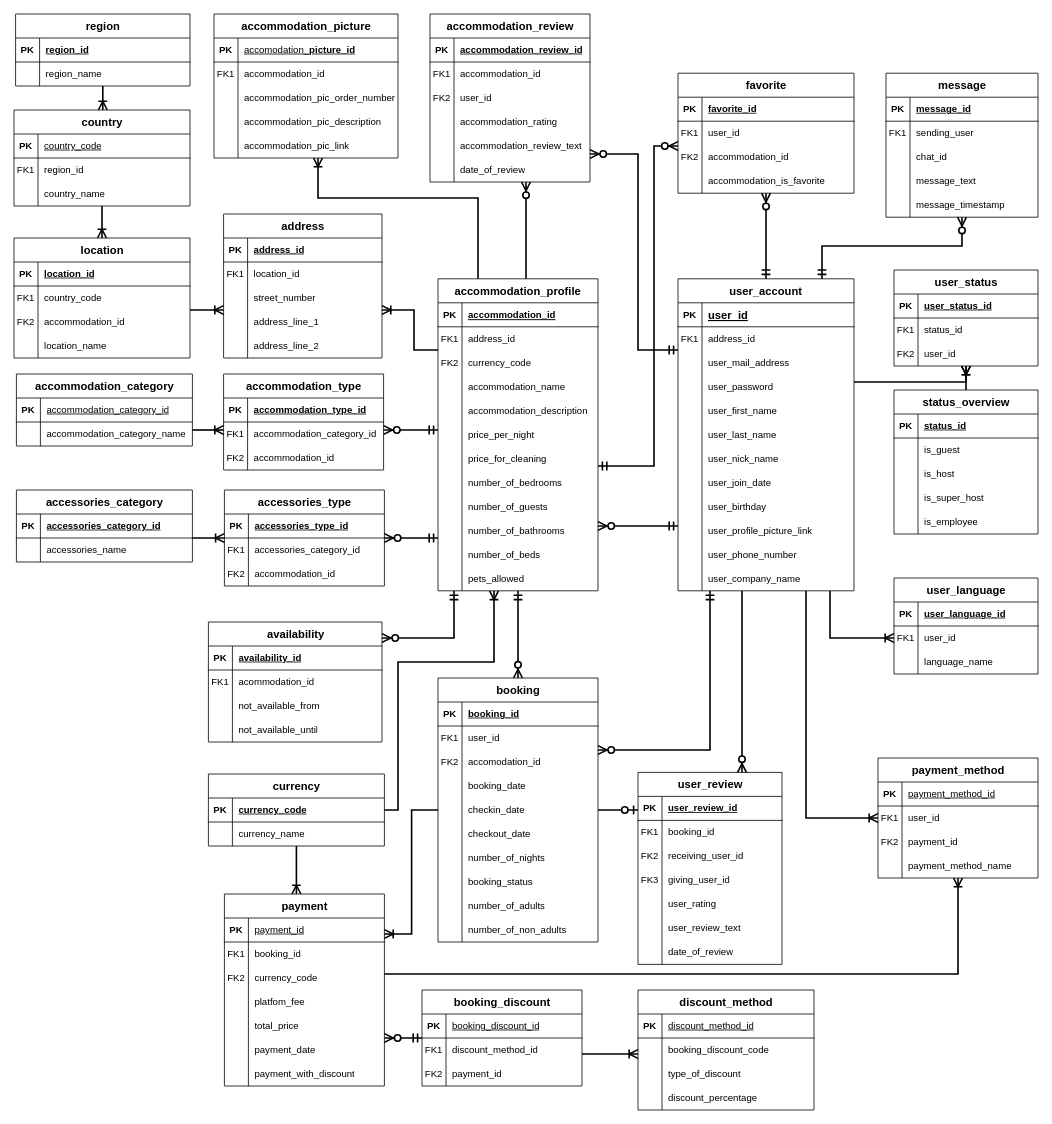
DaSteff91/SQL_Repo keeps this draw.io diagram as Steffbnb.drawio. Above is the earlier version. Source tidied: cells renumbered, new cells numbered last; positions are measured from the earlier drawing's top-left corner, leaving out a move shared by most shapes. Both pictures are drawn from the tidied source at 80%, with x=0, y=0 at pixel (14, 14).
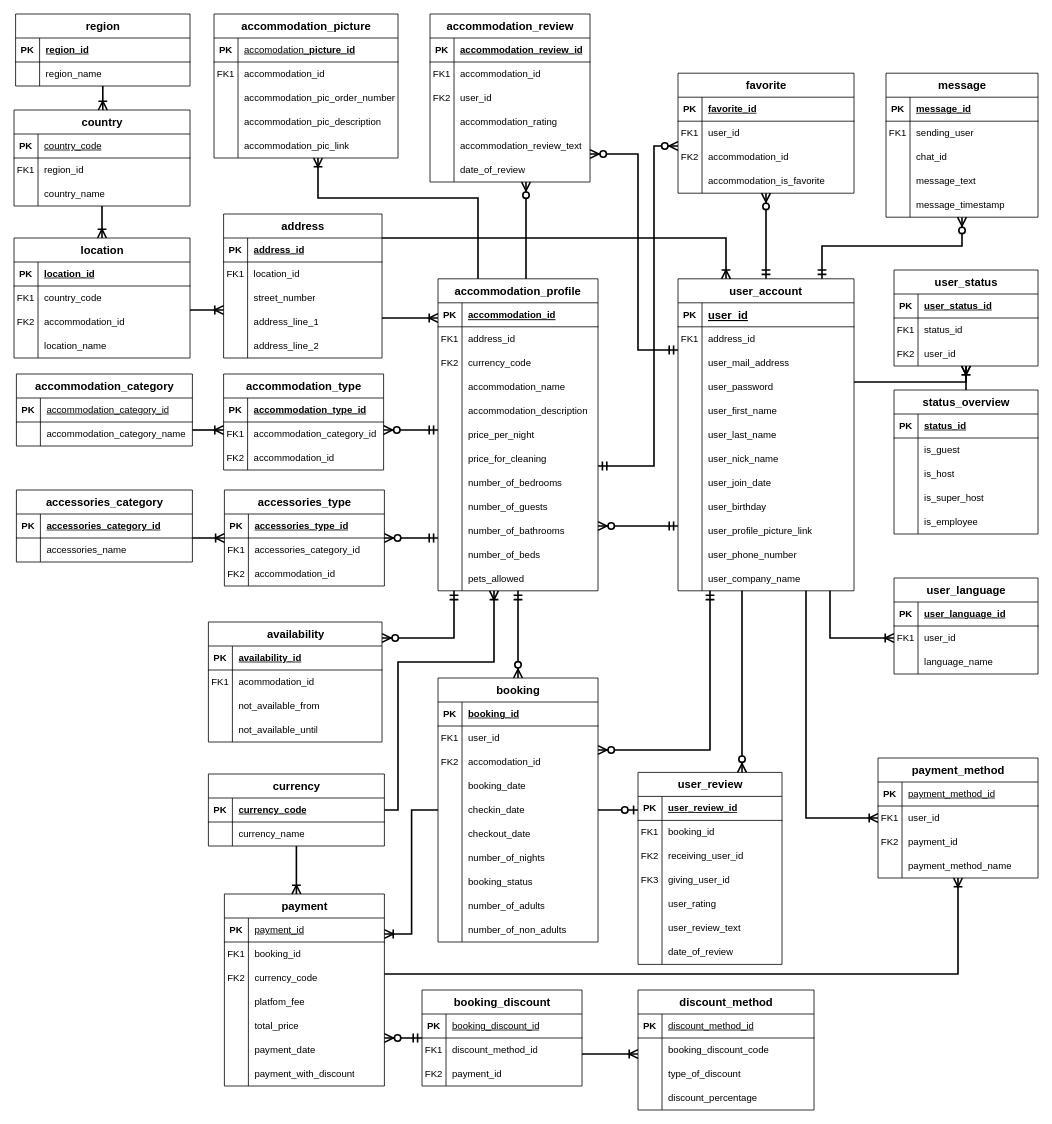
After the change.

Unchanged cells that the change refers to:
```xml
<mxCell id="2" value="user_account" style="shape=table;startSize=30;childLayout=tableLayout;rowLines=0;fontStyle=1;align=center;fontSize=14;resizeLastRow=0;swimlaneHead=1;swimlaneBody=1;horizontal=1;portConstraintRotation=0;noLabel=0;labelBackgroundColor=none;" parent="1" vertex="1">
  <mxGeometry x="830" y="331" width="220" height="390" as="geometry" />
</mxCell>
<mxCell id="39" value="accommodation_profile" style="shape=table;startSize=30;childLayout=tableLayout;rowLines=0;fontStyle=1;align=center;fontSize=14;labelBackgroundColor=none;" parent="1" vertex="1">
  <mxGeometry x="530" y="331" width="200" height="390" as="geometry" />
</mxCell>
<mxCell id="227" value="address" style="shape=table;startSize=30;childLayout=tableLayout;rowLines=0;fontStyle=1;align=center;html=1;fontSize=14;labelBackgroundColor=none;" parent="1" vertex="1">
  <mxGeometry x="262" y="250" width="198" height="180" as="geometry" />
</mxCell>
```

Change to the diagram source:
```diff
@@
-    <mxCell id="327" style="edgeStyle=orthogonalEdgeStyle;fontSize=12;html=1;endArrow=ERoneToMany;rounded=0;startSize=8;endSize=8;strokeWidth=2;labelBackgroundColor=none;fontColor=default;" parent="1" edge="1" source="39" target="227">
+    <mxCell id="327" style="edgeStyle=orthogonalEdgeStyle;fontSize=12;html=1;endArrow=ERoneToMany;rounded=0;startSize=8;endSize=8;strokeWidth=2;labelBackgroundColor=none;fontColor=default;" parent="1" edge="1" source="227" target="39">
       <mxGeometry relative="1" as="geometry">
         <Array as="points">
-          <mxPoint x="500" y="420" />
-          <mxPoint x="500" y="370" />
+          <mxPoint x="490" y="380" />
+          <mxPoint x="490" y="380" />
         </Array>
       </mxGeometry>
     </mxCell>
@@
+    <mxCell id="417" style="fontSize=12;html=1;endArrow=ERoneToMany;rounded=0;startSize=8;endSize=8;strokeWidth=2;edgeStyle=orthogonalEdgeStyle;labelBackgroundColor=none;fontColor=default;" parent="1" edge="1" source="227" target="2">
+      <mxGeometry relative="1" as="geometry">
+        <Array as="points">
+          <mxPoint x="890" y="280" />
+        </Array>
+      </mxGeometry>
+    </mxCell>
```
